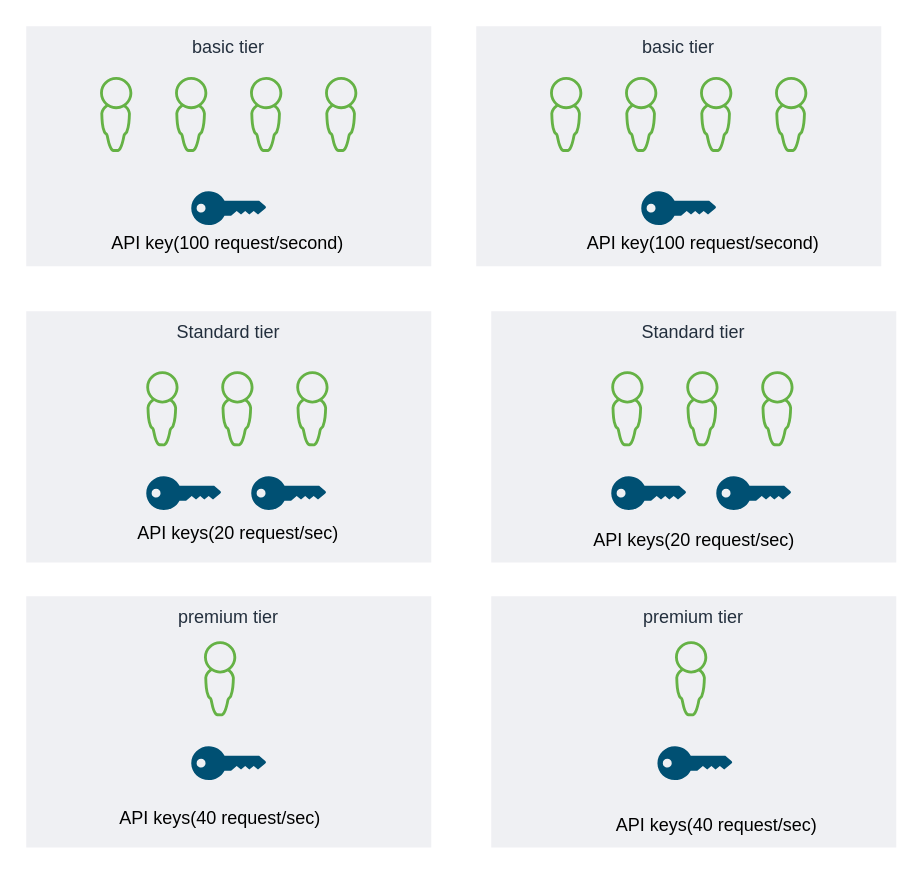
Earlier version of the draw.io diagram aws.drawio (dxy-katzchen/draw.io). Source tidied: cells renumbered, new cells numbered last; positions are measured from the earlier drawing's top-left corner, leaving out a move shared by most shapes. Both pictures are drawn from the tidied source at 150%, with x=0, y=0 at pixel (26, 26).
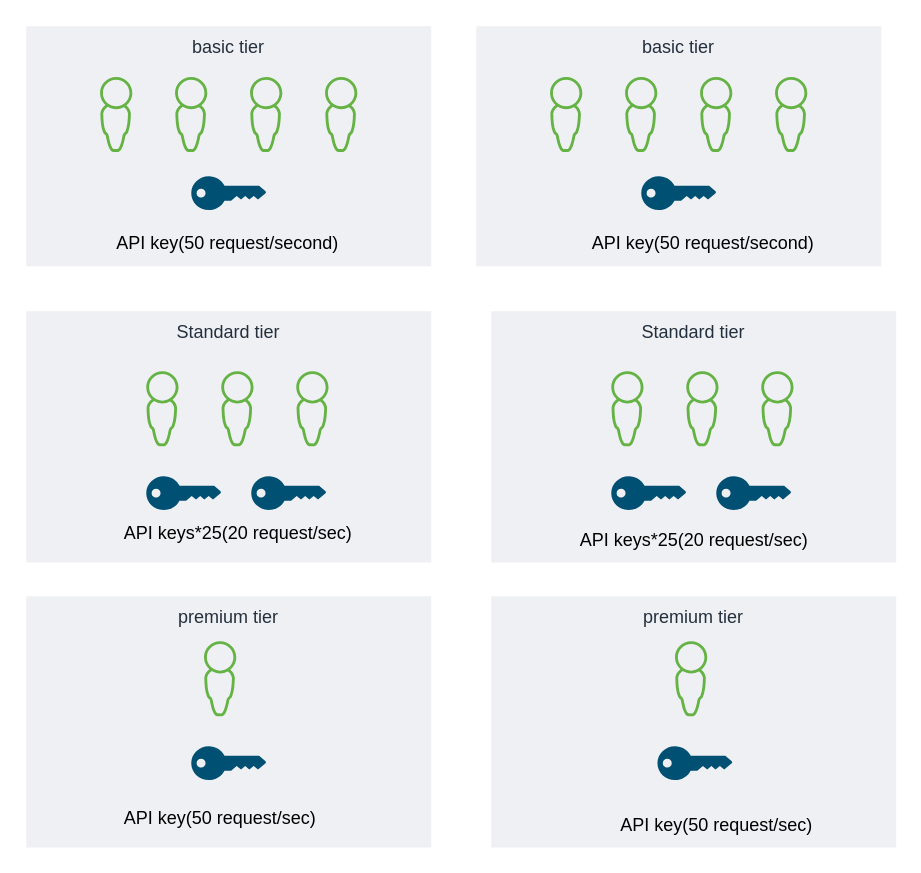
The same diagram, later.

What changed in the source:
```diff
@@
     <mxCell id="15" style="verticalLabelPosition=bottom;sketch=0;html=1;verticalAlign=top;align=center;shape=mxgraph.cisco19.key;fillColor=#005073;strokeColor=none;" parent="1" vertex="1">
-      <mxGeometry x="110" y="110" width="50" height="22.5" as="geometry" />
+      <mxGeometry x="110" y="100" width="50" height="22.5" as="geometry" />
     </mxCell>
@@
     <mxCell id="25" style="verticalLabelPosition=bottom;sketch=0;html=1;verticalAlign=top;align=center;shape=mxgraph.cisco19.key;fillColor=#005073;strokeColor=none;" parent="1" vertex="1">
-      <mxGeometry x="410" y="110" width="50" height="22.5" as="geometry" />
+      <mxGeometry x="410" y="100" width="50" height="22.5" as="geometry" />
     </mxCell>
@@
-    <mxCell id="32" value="API key(100 request/second)" style="text;html=1;align=center;verticalAlign=middle;strokeColor=none;fillColor=none;" parent="1" vertex="1">
-      <mxGeometry x="44.2" y="130" width="180" height="30" as="geometry" />
+    <mxCell id="32" value="API key(50 request/second)" style="text;html=1;align=center;verticalAlign=middle;strokeColor=none;fillColor=none;" parent="1" vertex="1">
+      <mxGeometry x="49.2" y="130" width="170" height="30" as="geometry" />
     </mxCell>
-    <mxCell id="33" value="API key(100 request/second)" style="text;html=1;align=center;verticalAlign=middle;strokeColor=none;fillColor=none;" parent="1" vertex="1">
-      <mxGeometry x="360.8" y="130" width="180" height="30" as="geometry" />
+    <mxCell id="33" value="API key(50 request/second)" style="text;html=1;align=center;verticalAlign=middle;strokeColor=none;fillColor=none;" parent="1" vertex="1">
+      <mxGeometry x="365.8" y="130" width="170" height="30" as="geometry" />
     </mxCell>
-    <mxCell id="34" value="API keys(20 request/sec)" style="text;html=1;align=center;verticalAlign=middle;strokeColor=none;fillColor=none;" parent="1" vertex="1">
-      <mxGeometry x="60.8" y="322.5" width="160" height="30" as="geometry" />
+    <mxCell id="34" value="API keys*25(20 request/sec)" style="text;html=1;align=center;verticalAlign=middle;strokeColor=none;fillColor=none;" parent="1" vertex="1">
+      <mxGeometry x="50.8" y="322.5" width="180" height="30" as="geometry" />
     </mxCell>
-    <mxCell id="35" value="API keys(40 request/sec)" style="text;html=1;align=center;verticalAlign=middle;strokeColor=none;fillColor=none;" parent="1" vertex="1">
-      <mxGeometry x="380" y="517.5" width="160" height="30" as="geometry" />
+    <mxCell id="35" value="API key(50 request/sec)" style="text;html=1;align=center;verticalAlign=middle;strokeColor=none;fillColor=none;" parent="1" vertex="1">
+      <mxGeometry x="385" y="517.5" width="150" height="30" as="geometry" />
     </mxCell>
-    <mxCell id="36" value="API keys(20 request/sec)" style="text;html=1;align=center;verticalAlign=middle;strokeColor=none;fillColor=none;" parent="1" vertex="1">
-      <mxGeometry x="365" y="327.5" width="160" height="30" as="geometry" />
+    <mxCell id="36" value="API keys*25(20 request/sec)" style="text;html=1;align=center;verticalAlign=middle;strokeColor=none;fillColor=none;" parent="1" vertex="1">
+      <mxGeometry x="355" y="327.5" width="180" height="30" as="geometry" />
     </mxCell>
-    <mxCell id="37" value="API keys(40 request/sec)" style="text;html=1;align=center;verticalAlign=middle;strokeColor=none;fillColor=none;" parent="1" vertex="1">
-      <mxGeometry x="49.2" y="512.5" width="160" height="30" as="geometry" />
+    <mxCell id="37" value="API key(50 request/sec)" style="text;html=1;align=center;verticalAlign=middle;strokeColor=none;fillColor=none;" parent="1" vertex="1">
+      <mxGeometry x="54.2" y="512.5" width="150" height="30" as="geometry" />
     </mxCell>
```
